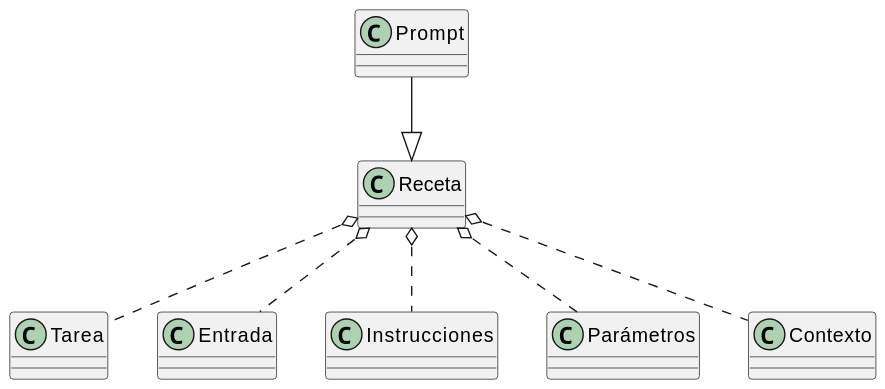
The PlantUML diagram imagenes/modelosUML/promptRecetaComponentes.svg in mmasias/ai-prompts, before a commit.
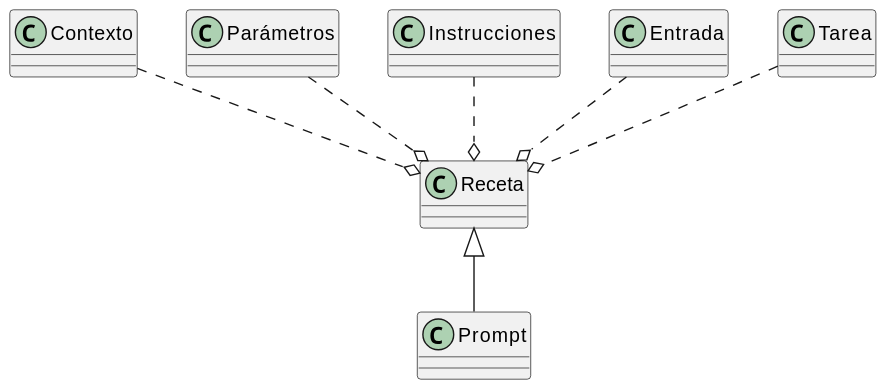
The same diagram one commit later.

Commit message:
Proceso de creación...

The edit, as a diff of the source:
```diff
@@ -1,9 +1,9 @@
 @startuml
-    Prompt --|> Receta
+    Prompt -u-|> Receta
 
-    Receta o.. Tarea
-    Receta o.. Entrada
-    Receta o.. Instrucciones
-    Receta o.. Parámetros
-    Receta o.. Contexto
+    Receta o.u. Tarea
+    Receta o.u. Entrada
+    Receta o.u. Instrucciones
+    Receta o.u. Parámetros
+    Receta o.u. Contexto
 @enduml
```
